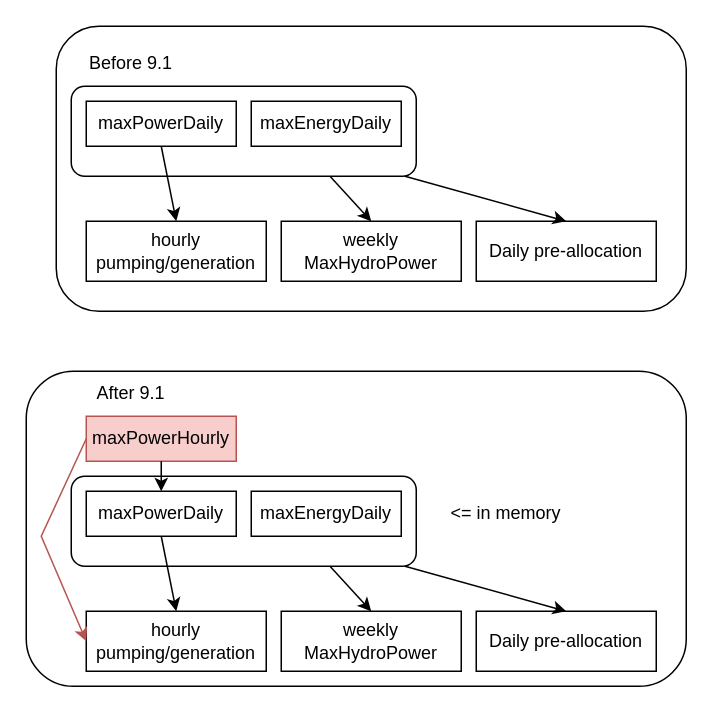
This is docs/reference-guide/logic-hydro-maxP.drawio from AntaresSimulatorTeam/Antares_Simulator, a draw.io file, before an edit. Source tidied: cells renumbered, new cells numbered last; positions are measured from the earlier drawing's top-left corner, leaving out a move shared by most shapes. Both pictures are drawn from the tidied source at 150%, with x=0, y=0 at pixel (26, 26).
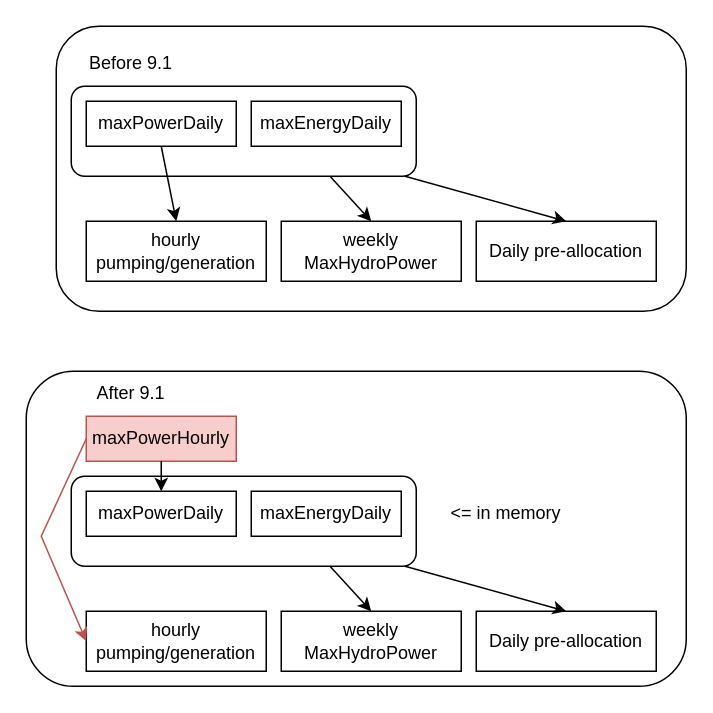
After the change.

Unchanged cells that the change refers to:
```xml
<mxCell id="16" value="maxPowerDaily" style="rounded=0;whiteSpace=wrap;html=1;" parent="1" vertex="1">
  <mxGeometry x="40" y="310" width="100" height="30" as="geometry" />
</mxCell>
<mxCell id="18" value="hourly pumping/generation" style="rounded=0;whiteSpace=wrap;html=1;" parent="1" vertex="1">
  <mxGeometry x="40" y="390" width="120" height="40" as="geometry" />
</mxCell>
```

Change to the diagram source:
```diff
@@
-    <mxCell id="23" style="endArrow=classic;html=1;rounded=0;exitX=0.5;exitY=1;exitDx=0;exitDy=0;entryX=0.5;entryY=0;entryDx=0;entryDy=0;" parent="1" edge="1" source="16" target="18">
-      <mxGeometry relative="1" as="geometry" />
-    </mxCell>
```
